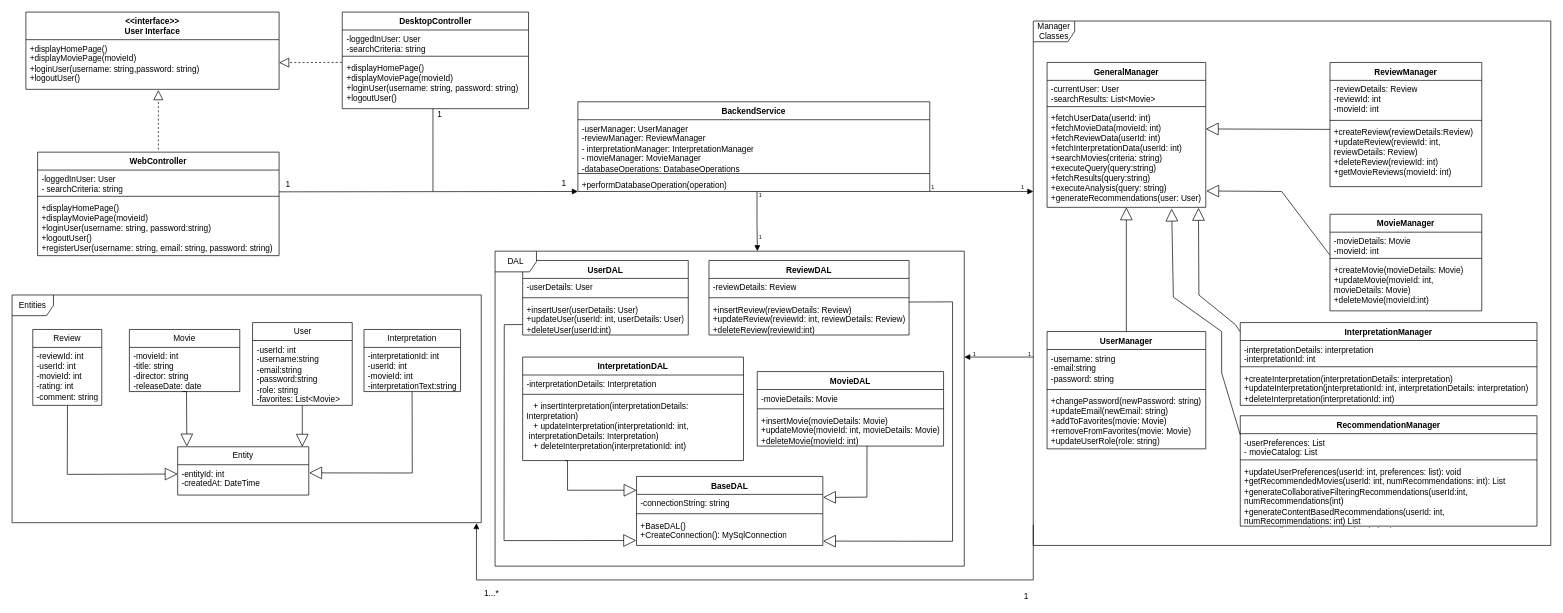
The draw.io diagram WKS Docs/UMLDiagramVer3.drawio in georgitinchev/streamsage-streamingservice, before the edit. Source tidied: cells renumbered, new cells numbered last; positions are measured from the earlier drawing's top-left corner, leaving out a move shared by most shapes. Both pictures are drawn from the tidied source at 69%, with x=0, y=0 at pixel (12, 12).
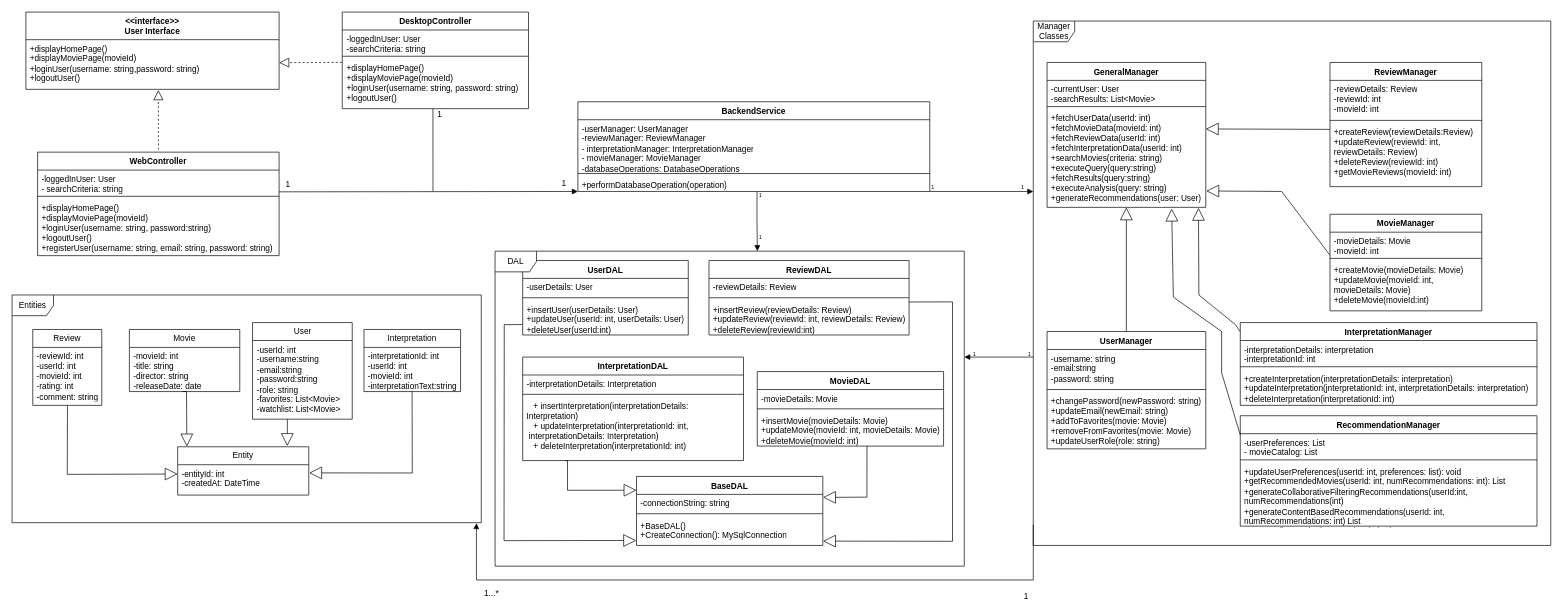
The same diagram, later.

The edit, as a diff of the source:
```diff
@@
     <mxCell id="13" value="User" style="swimlane;fontStyle=0;horizontal=1;startSize=26;fillColor=none;whiteSpace=wrap;html=1;" parent="1" vertex="1">
-      <mxGeometry x="348.5" y="450" width="144.5" height="120" as="geometry" />
+      <mxGeometry x="348.5" y="450" width="144.5" height="140" as="geometry" />
     </mxCell>
-    <mxCell id="14" value="&lt;div&gt;-userId: int&lt;/div&gt;&lt;div&gt;-username:string&lt;/div&gt;&lt;div&gt;-email:string&lt;/div&gt;&lt;div&gt;-password:string&lt;/div&gt;&lt;div&gt;-role: string&lt;/div&gt;&lt;div&gt;-favorites: List&amp;lt;Movie&amp;gt;&lt;/div&gt;" style="text;strokeColor=none;fillColor=none;align=left;verticalAlign=top;spacingLeft=4;spacingRight=4;overflow=hidden;points=[[0,0.5],[1,0.5]];portConstraint=eastwest;whiteSpace=wrap;html=1;" parent="13" vertex="1">
-      <mxGeometry y="26" width="144.5" height="94" as="geometry" />
+    <mxCell id="14" value="&lt;div&gt;-userId: int&lt;/div&gt;&lt;div&gt;-username:string&lt;/div&gt;&lt;div&gt;-email:string&lt;/div&gt;&lt;div&gt;-password:string&lt;/div&gt;&lt;div&gt;-role: string&lt;/div&gt;&lt;div&gt;-favorites: List&amp;lt;Movie&amp;gt;&lt;/div&gt;&lt;div&gt;-watchlist: List&amp;lt;Movie&amp;gt;&lt;/div&gt;" style="text;strokeColor=none;fillColor=none;align=left;verticalAlign=top;spacingLeft=4;spacingRight=4;overflow=hidden;points=[[0,0.5],[1,0.5]];portConstraint=eastwest;whiteSpace=wrap;html=1;" parent="13" vertex="1">
+      <mxGeometry y="26" width="144.5" height="114" as="geometry" />
     </mxCell>
@@
-    <mxCell id="25" value="&lt;div&gt;&lt;br&gt;&lt;/div&gt;&lt;div&gt;&lt;br&gt;&lt;/div&gt;" style="endArrow=block;endSize=16;endFill=0;html=1;rounded=0;entryX=0.213;entryY=-0.006;entryDx=0;entryDy=0;entryPerimeter=0;" parent="1" edge="1">
+    <mxCell id="25" value="&lt;div&gt;&lt;br&gt;&lt;/div&gt;&lt;div&gt;&lt;br&gt;&lt;/div&gt;" style="endArrow=block;endSize=16;endFill=0;html=1;rounded=0;entryX=0.213;entryY=-0.006;entryDx=0;entryDy=0;entryPerimeter=0;exitX=0.35;exitY=1.002;exitDx=0;exitDy=0;exitPerimeter=0;" parent="1" edge="1" source="14">
       <mxGeometry relative="1" as="geometry">
-        <mxPoint x="420.6" y="570" as="sourcePoint" />
-        <mxPoint x="420.6" y="630" as="targetPoint" />
+        <mxPoint x="398.8" y="629" as="targetPoint" />
         <Array as="points">
-          <mxPoint x="420.6" y="570" />
+          <mxPoint x="399" y="593" />
         </Array>
       </mxGeometry>
     </mxCell>
```
